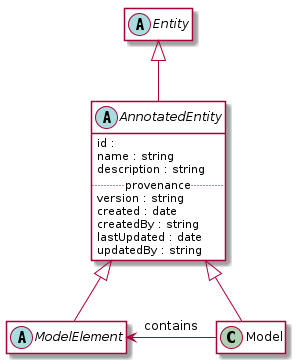
imf-lab/imf-ontology-semweb keeps this PlantUML diagram as out/img/imf-structural-spec-model-versioning.png. Above is the earlier version.
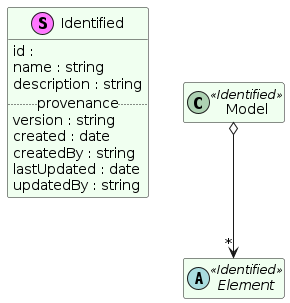
The same file after the commit.

What changed in the source:
```diff
@@ -2,12 +2,14 @@
 hide empty members
 
 skinparam class {
- BackgroundColor White
+ BackgroundColor HoneyDew
+ BackgroundColor<< RDL >> SeaShell
+ BackgroundColor<< Type >> LightCyan
 }
 
-abstract class Entity
 
-abstract class AnnotatedEntity {
+
+stereotype Identified {
  id :
  name : string
  description : string
@@ -19,12 +21,8 @@
  updatedBy : string
 }
 
-class Model
-abstract class ModelElement
+class Model << Identified >>
+abstract class Element << Identified >>
 
-Model -left-> ModelElement : contains
-
-Entity <|-- AnnotatedEntity
-AnnotatedEntity <|-- ModelElement
-AnnotatedEntity <|-- Model
+Model o--> "*" Element
 @enduml
```
